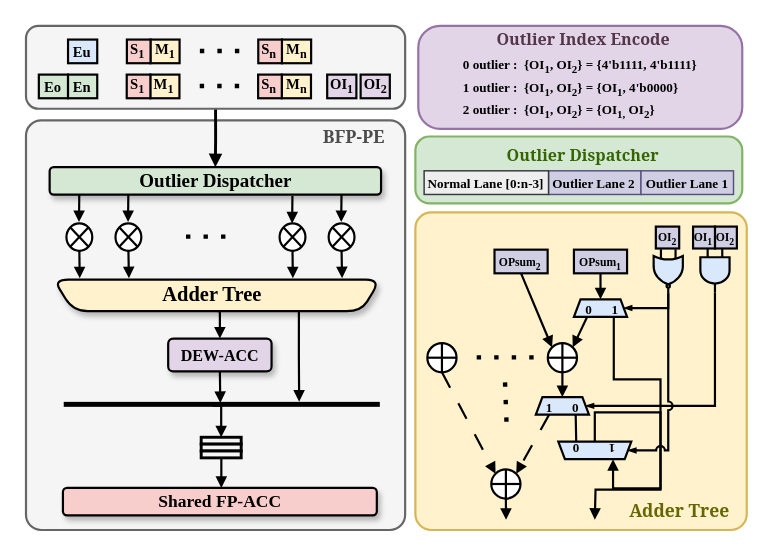
Above: research1/architecture/top2_dewa_fpacc_architecture.drawio in akira2963753/research-space (draw.io), before the change. Source tidied: cells renumbered, new cells numbered last; positions are measured from the earlier drawing's top-left corner, leaving out a move shared by most shapes. Both pictures are drawn from the tidied source at 146%, with x=0, y=0 at pixel (25, 25).
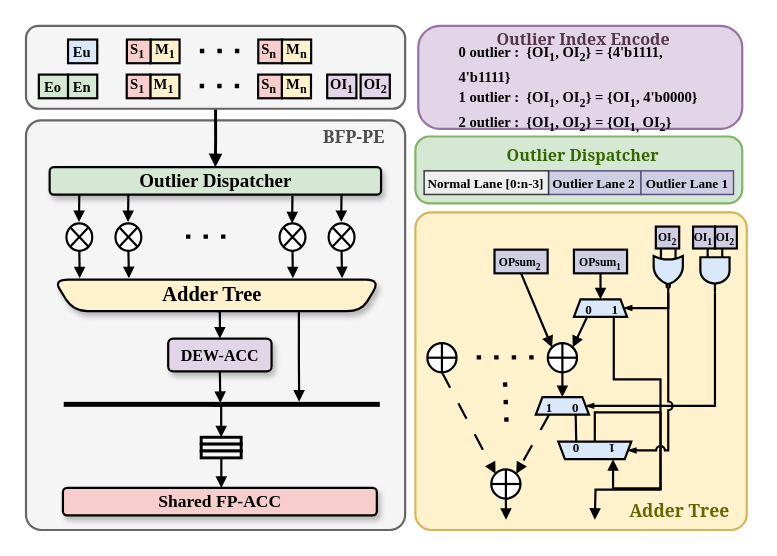
Above is the later version.

Change to the diagram source:
```diff
@@
-    <mxCell id="50" value="&lt;div style=&quot;&quot;&gt;&lt;span style=&quot;background-color: transparent; color: light-dark(rgb(0, 0, 0), rgb(255, 255, 255));&quot;&gt;&lt;font face=&quot;Times New Roman&quot; style=&quot;font-size: 9px;&quot;&gt;0 outlier :&amp;nbsp; {OI&lt;sub style=&quot;&quot;&gt;1&lt;/sub&gt;, OI&lt;sub style=&quot;&quot;&gt;2&lt;/sub&gt;} = {4'b1111, 4'b1111}&lt;/font&gt;&lt;/span&gt;&lt;/div&gt;&lt;div style=&quot;&quot;&gt;&lt;font face=&quot;Times New Roman&quot; style=&quot;font-size: 9px;&quot;&gt;&lt;span style=&quot;background-color: transparent; color: light-dark(rgb(0, 0, 0), rgb(255, 255, 255));&quot;&gt;1 outlier :&amp;nbsp; &lt;/span&gt;&lt;span style=&quot;background-color: transparent; color: light-dark(rgb(0, 0, 0), rgb(255, 255, 255));&quot;&gt;{OI&lt;/span&gt;&lt;sub style=&quot;background-color: transparent; color: light-dark(rgb(0, 0, 0), rgb(255, 255, 255));&quot;&gt;1&lt;/sub&gt;&lt;span style=&quot;background-color: transparent; color: light-dark(rgb(0, 0, 0), rgb(255, 255, 255));&quot;&gt;, OI&lt;/span&gt;&lt;sub style=&quot;background-color: transparent; color: light-dark(rgb(0, 0, 0), rgb(255, 255, 255));&quot;&gt;2&lt;/sub&gt;&lt;span style=&quot;background-color: transparent; color: light-dark(rgb(0, 0, 0), rgb(255, 255, 255));&quot;&gt;} = {OI&lt;/span&gt;&lt;span style=&quot;background-color: transparent; color: light-dark(rgb(0, 0, 0), rgb(255, 255, 255));&quot;&gt;&lt;sub&gt;1&lt;/sub&gt;&lt;/span&gt;&lt;span style=&quot;background-color: transparent; color: light-dark(rgb(0, 0, 0), rgb(255, 255, 255));&quot;&gt;, 4'b0000}&lt;/span&gt;&lt;/font&gt;&lt;/div&gt;&lt;div style=&quot;&quot;&gt;&lt;font face=&quot;Times New Roman&quot; style=&quot;font-size: 9px;&quot;&gt;&lt;span style=&quot;background-color: transparent; color: light-dark(rgb(0, 0, 0), rgb(255, 255, 255));&quot;&gt;2 outlier :&amp;nbsp; &lt;/span&gt;&lt;span style=&quot;background-color: transparent; color: light-dark(rgb(0, 0, 0), rgb(255, 255, 255));&quot;&gt;{OI&lt;/span&gt;&lt;sub style=&quot;background-color: transparent; color: light-dark(rgb(0, 0, 0), rgb(255, 255, 255));&quot;&gt;1&lt;/sub&gt;&lt;span style=&quot;background-color: transparent; color: light-dark(rgb(0, 0, 0), rgb(255, 255, 255));&quot;&gt;, OI&lt;/span&gt;&lt;sub style=&quot;background-color: transparent; color: light-dark(rgb(0, 0, 0), rgb(255, 255, 255));&quot;&gt;2&lt;/sub&gt;&lt;span style=&quot;background-color: transparent; color: light-dark(rgb(0, 0, 0), rgb(255, 255, 255));&quot;&gt;} = {OI&lt;/span&gt;&lt;span style=&quot;background-color: transparent; color: light-dark(rgb(0, 0, 0), rgb(255, 255, 255));&quot;&gt;&lt;sub&gt;1,&lt;/sub&gt;&lt;/span&gt;&lt;span style=&quot;background-color: transparent; color: light-dark(rgb(0, 0, 0), rgb(255, 255, 255));&quot;&gt;&amp;nbsp;&lt;/span&gt;&lt;span style=&quot;color: light-dark(rgb(0, 0, 0), rgb(255, 255, 255)); background-color: transparent;&quot;&gt;OI&lt;/span&gt;&lt;sub style=&quot;color: light-dark(rgb(0, 0, 0), rgb(255, 255, 255)); background-color: transparent;&quot;&gt;2&lt;/sub&gt;&lt;span style=&quot;background-color: transparent; color: light-dark(rgb(0, 0, 0), rgb(255, 255, 255));&quot;&gt;}&lt;/span&gt;&lt;/font&gt;&lt;/div&gt;" style="text;html=1;whiteSpace=wrap;align=left;verticalAlign=middle;rounded=0;fontFamily=Garamond;fontStyle=1;strokeWidth=1;" parent="1" vertex="1">
-      <mxGeometry x="298" y="20.1" width="170.5" height="43.1" as="geometry" />
+    <mxCell id="50" value="&lt;div style=&quot;&quot;&gt;&lt;span style=&quot;background-color: transparent; color: light-dark(rgb(0, 0, 0), rgb(255, 255, 255));&quot;&gt;&lt;font style=&quot;font-size: 10px;&quot; face=&quot;Garamond&quot;&gt;0 outlier :&amp;nbsp; {OI&lt;sub style=&quot;&quot;&gt;1&lt;/sub&gt;, OI&lt;sub style=&quot;&quot;&gt;2&lt;/sub&gt;} = {4'b1111, 4'b1111}&lt;/font&gt;&lt;/span&gt;&lt;/div&gt;&lt;div style=&quot;&quot;&gt;&lt;font style=&quot;font-size: 10px;&quot; face=&quot;Garamond&quot;&gt;&lt;span style=&quot;background-color: transparent; color: light-dark(rgb(0, 0, 0), rgb(255, 255, 255));&quot;&gt;1 outlier :&amp;nbsp; &lt;/span&gt;&lt;span style=&quot;background-color: transparent; color: light-dark(rgb(0, 0, 0), rgb(255, 255, 255));&quot;&gt;{OI&lt;/span&gt;&lt;sub style=&quot;background-color: transparent; color: light-dark(rgb(0, 0, 0), rgb(255, 255, 255));&quot;&gt;1&lt;/sub&gt;&lt;span style=&quot;background-color: transparent; color: light-dark(rgb(0, 0, 0), rgb(255, 255, 255));&quot;&gt;, OI&lt;/span&gt;&lt;sub style=&quot;background-color: transparent; color: light-dark(rgb(0, 0, 0), rgb(255, 255, 255));&quot;&gt;2&lt;/sub&gt;&lt;span style=&quot;background-color: transparent; color: light-dark(rgb(0, 0, 0), rgb(255, 255, 255));&quot;&gt;} = {OI&lt;/span&gt;&lt;span style=&quot;background-color: transparent; color: light-dark(rgb(0, 0, 0), rgb(255, 255, 255));&quot;&gt;&lt;sub&gt;1&lt;/sub&gt;&lt;/span&gt;&lt;span style=&quot;background-color: transparent; color: light-dark(rgb(0, 0, 0), rgb(255, 255, 255));&quot;&gt;, 4'b0000}&lt;/span&gt;&lt;/font&gt;&lt;/div&gt;&lt;div style=&quot;&quot;&gt;&lt;font style=&quot;font-size: 10px;&quot; face=&quot;Garamond&quot;&gt;&lt;span style=&quot;background-color: transparent; color: light-dark(rgb(0, 0, 0), rgb(255, 255, 255));&quot;&gt;2 outlier :&amp;nbsp; &lt;/span&gt;&lt;span style=&quot;background-color: transparent; color: light-dark(rgb(0, 0, 0), rgb(255, 255, 255));&quot;&gt;{OI&lt;/span&gt;&lt;sub style=&quot;background-color: transparent; color: light-dark(rgb(0, 0, 0), rgb(255, 255, 255));&quot;&gt;1&lt;/sub&gt;&lt;span style=&quot;background-color: transparent; color: light-dark(rgb(0, 0, 0), rgb(255, 255, 255));&quot;&gt;, OI&lt;/span&gt;&lt;sub style=&quot;background-color: transparent; color: light-dark(rgb(0, 0, 0), rgb(255, 255, 255));&quot;&gt;2&lt;/sub&gt;&lt;span style=&quot;background-color: transparent; color: light-dark(rgb(0, 0, 0), rgb(255, 255, 255));&quot;&gt;} = {OI&lt;/span&gt;&lt;span style=&quot;background-color: transparent; color: light-dark(rgb(0, 0, 0), rgb(255, 255, 255));&quot;&gt;&lt;sub&gt;1,&lt;/sub&gt;&lt;/span&gt;&lt;span style=&quot;background-color: transparent; color: light-dark(rgb(0, 0, 0), rgb(255, 255, 255));&quot;&gt;&amp;nbsp;&lt;/span&gt;&lt;span style=&quot;color: light-dark(rgb(0, 0, 0), rgb(255, 255, 255)); background-color: transparent;&quot;&gt;OI&lt;/span&gt;&lt;sub style=&quot;color: light-dark(rgb(0, 0, 0), rgb(255, 255, 255)); background-color: transparent;&quot;&gt;2&lt;/sub&gt;&lt;span style=&quot;background-color: transparent; color: light-dark(rgb(0, 0, 0), rgb(255, 255, 255));&quot;&gt;}&lt;/span&gt;&lt;/font&gt;&lt;/div&gt;" style="text;html=1;whiteSpace=wrap;align=left;verticalAlign=middle;rounded=0;fontFamily=Garamond;fontStyle=1;strokeWidth=1;" parent="1" vertex="1">
+      <mxGeometry x="294.8" y="21.9" width="176.5" height="43.1" as="geometry" />
     </mxCell>
```
